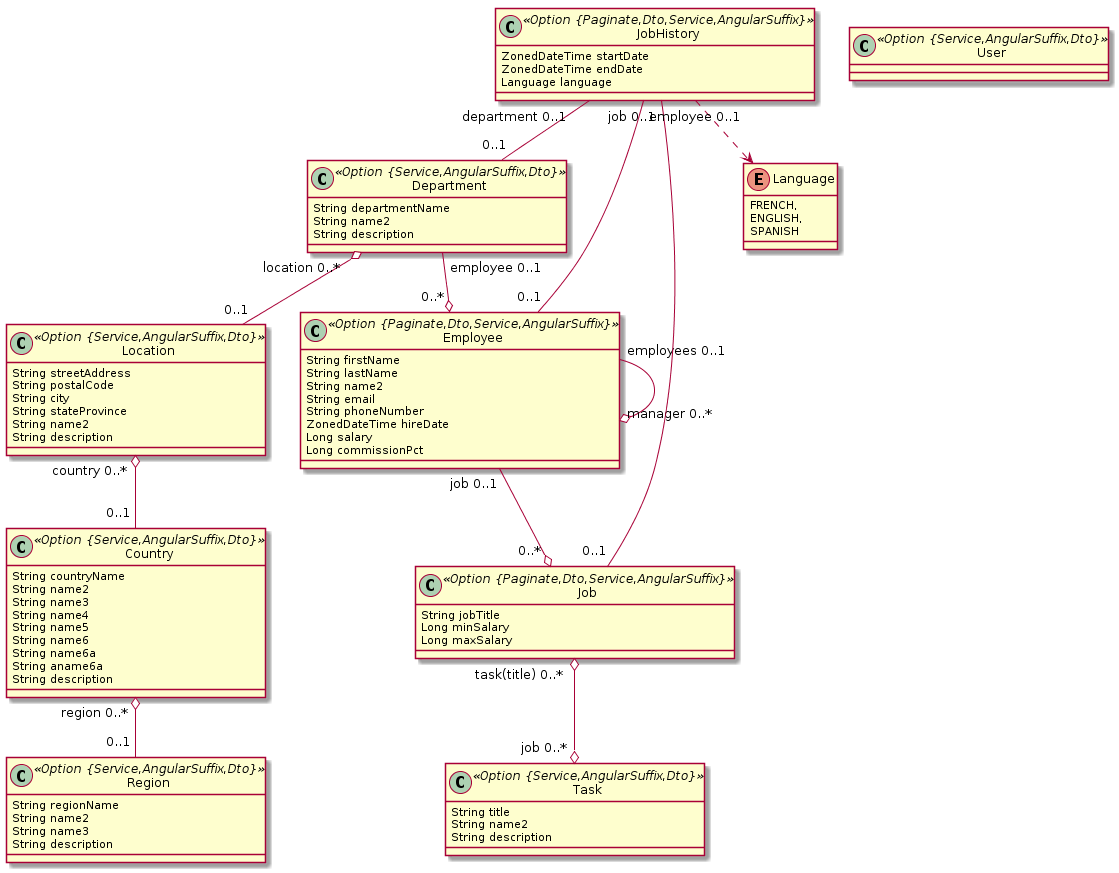
The PlantUML diagram jhipster-jdl.png in munifgebara/generator-jhipster, before a commit.
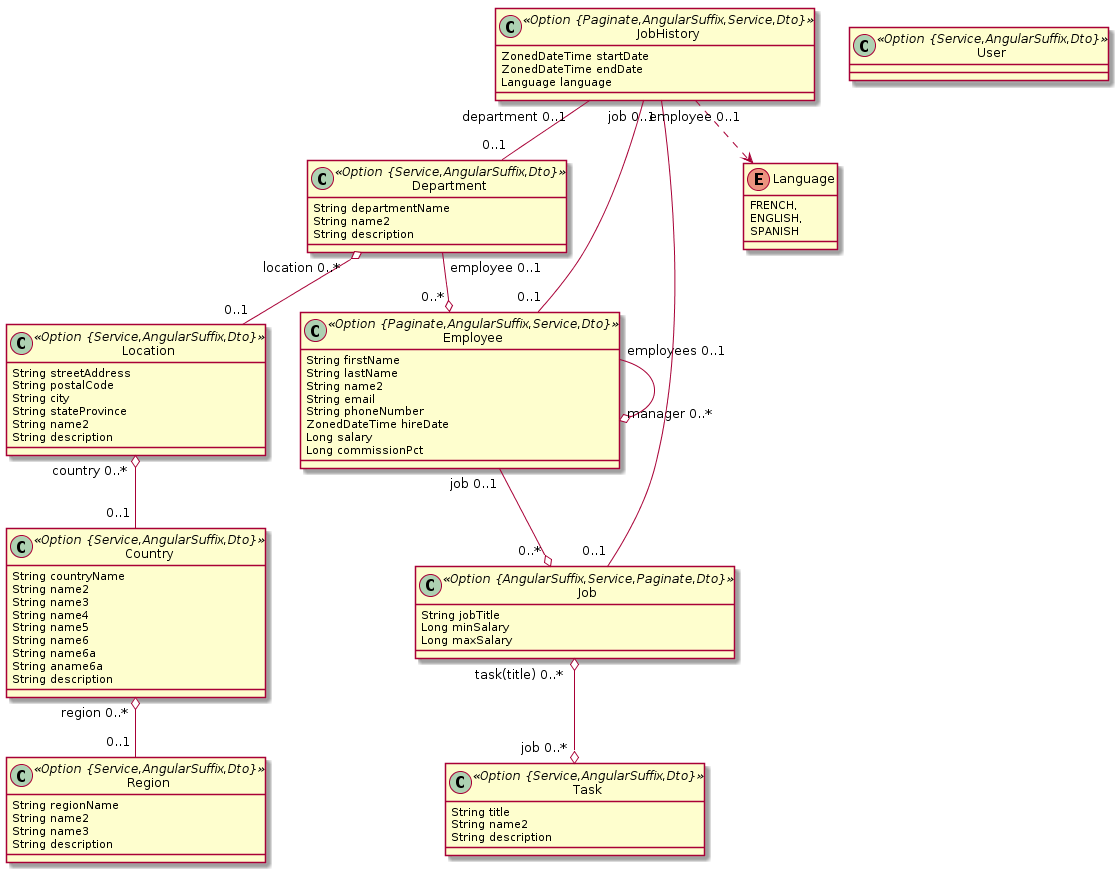
After the change.

The edit, as a diff of the source:
```diff
@@ -34,7 +34,7 @@
 		String name2
 		String description
 	}
-	class Employee <<Option {Paginate,Dto,Service,AngularSuffix}>> {
+	class Employee <<Option {Paginate,AngularSuffix,Service,Dto}>> {
 		String firstName
 		String lastName
 		String name2
@@ -44,12 +44,12 @@
 		Long salary
 		Long commissionPct
 	}
-	class Job <<Option {Paginate,Dto,Service,AngularSuffix}>> {
+	class Job <<Option {AngularSuffix,Service,Paginate,Dto}>> {
 		String jobTitle
 		Long minSalary
 		Long maxSalary
 	}
-	class JobHistory <<Option {Paginate,Dto,Service,AngularSuffix}>> {
+	class JobHistory <<Option {Paginate,AngularSuffix,Service,Dto}>> {
 		ZonedDateTime startDate
 		ZonedDateTime endDate
 		Language language
```
